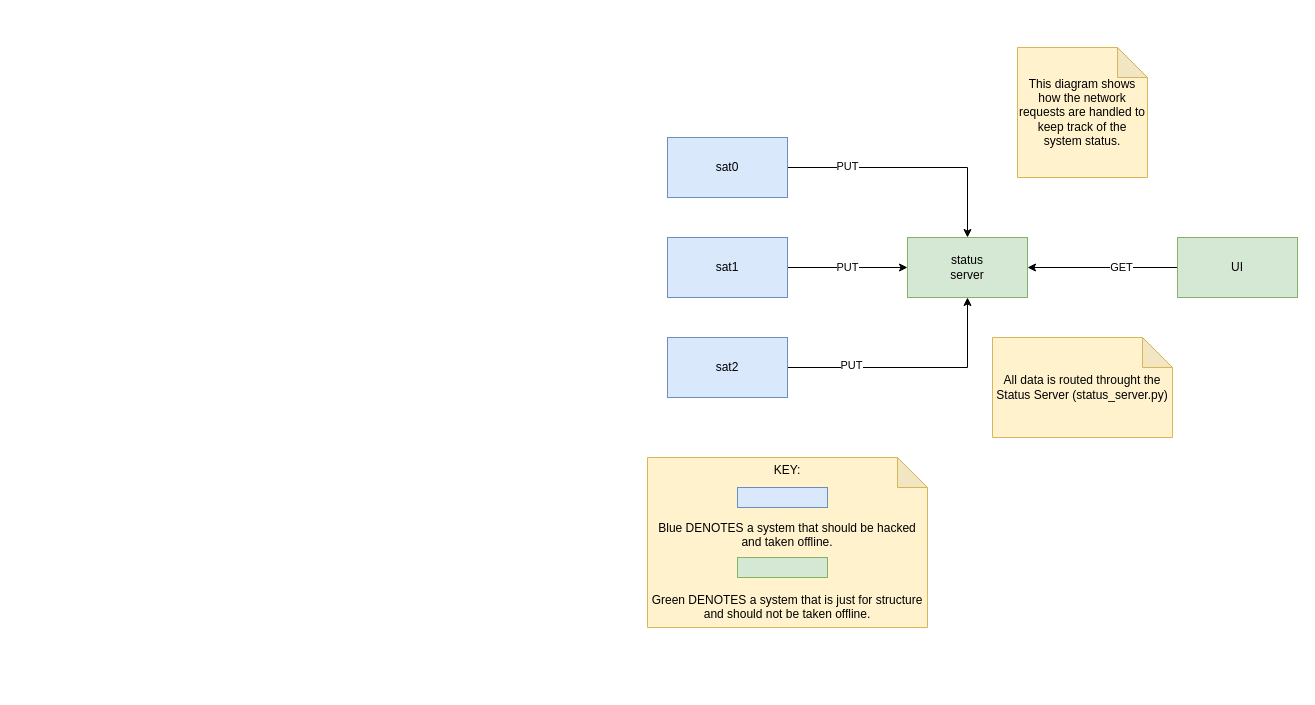
Above: system_diagram.drawio in CyberTrainingExercise/Starcom (draw.io), before the change. Source tidied: cells renumbered, new cells numbered last; positions are measured from the earlier drawing's top-left corner, leaving out a move shared by most shapes. Both pictures are drawn from the tidied source at 100%, with x=0, y=0 at pixel (647, 47).
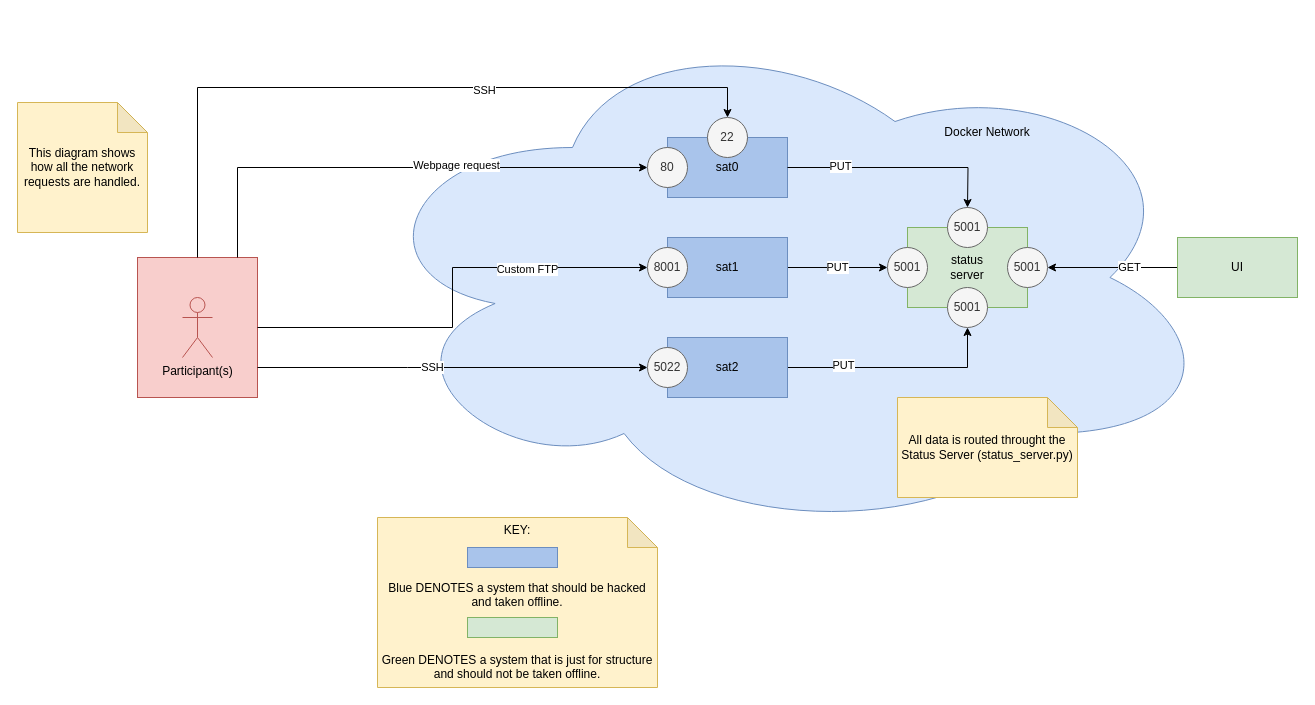
The same diagram, later.

Commit message (it also covers changes not shown here):
Improved system diagram

The change refers to these unchanged cells:
```xml
<mxCell id="13" value="UI" style="rounded=0;whiteSpace=wrap;html=1;fillColor=#d5e8d4;strokeColor=#82b366;" parent="1" vertex="1">
  <mxGeometry x="530" y="190" width="120" height="60" as="geometry" />
</mxCell>
```

What changed in the source:
```diff
@@
+    <mxCell id="19" style="rounded=0;whiteSpace=wrap;html=1;fillColor=#f8cecc;strokeColor=#b85450;" parent="1" vertex="1">
+      <mxGeometry x="-510" y="210" width="120" height="140" as="geometry" />
+    </mxCell>
+    <mxCell id="20" style="ellipse;shape=cloud;whiteSpace=wrap;html=1;fillColor=#dae8fc;strokeColor=#6c8ebf;" parent="1" vertex="1">
+      <mxGeometry x="-290" y="-30" width="860" height="520" as="geometry" />
+    </mxCell>
-    <mxCell id="2" style="edgeStyle=orthogonalEdgeStyle;rounded=0;jettySize=auto;html=1;entryX=0.5;entryY=0;entryDx=0;entryDy=0;" parent="1" edge="1" source="4" target="12">
+    <mxCell id="2" style="edgeStyle=orthogonalEdgeStyle;rounded=0;jettySize=auto;html=1;entryX=0.5;entryY=0;entryDx=0;entryDy=0;startArrow=none;" parent="1" edge="1" source="23" target="12">
       <mxGeometry relative="1" as="geometry" />
     </mxCell>
-    <mxCell id="3" value="PUT" style="edgeLabel;html=1;align=center;verticalAlign=middle;" parent="2" vertex="1">
-      <mxGeometry x="-0.53" y="2" relative="1" as="geometry" />
-    </mxCell>
-    <mxCell id="4" value="sat0" style="rounded=0;whiteSpace=wrap;html=1;fillColor=#dae8fc;strokeColor=#6c8ebf;" parent="1" vertex="1">
+    <mxCell id="4" value="sat0" style="rounded=0;whiteSpace=wrap;html=1;fillColor=#A9C4EB;strokeColor=#6c8ebf;" parent="1" vertex="1">
       <mxGeometry x="20" y="90" width="120" height="60" as="geometry" />
     </mxCell>
-    <mxCell id="5" value="PUT" style="edgeStyle=orthogonalEdgeStyle;rounded=0;jettySize=auto;html=1;entryX=0;entryY=0.5;entryDx=0;entryDy=0;" parent="1" edge="1" source="6" target="12">
+    <mxCell id="5" value="PUT" style="edgeStyle=orthogonalEdgeStyle;rounded=0;jettySize=auto;html=1;entryX=0;entryY=0.5;entryDx=0;entryDy=0;" parent="1" edge="1" source="6" target="27">
       <mxGeometry relative="1" as="geometry" />
     </mxCell>
-    <mxCell id="6" value="sat1" style="rounded=0;whiteSpace=wrap;html=1;fillColor=#dae8fc;strokeColor=#6c8ebf;" parent="1" vertex="1">
+    <mxCell id="6" value="sat1" style="rounded=0;whiteSpace=wrap;html=1;fillColor=#A9C4EB;strokeColor=#6c8ebf;" parent="1" vertex="1">
       <mxGeometry x="20" y="190" width="120" height="60" as="geometry" />
     </mxCell>
-    <mxCell id="7" style="edgeStyle=orthogonalEdgeStyle;rounded=0;jettySize=auto;html=1;entryX=0.5;entryY=1;entryDx=0;entryDy=0;" parent="1" edge="1" source="9" target="12">
+    <mxCell id="7" style="edgeStyle=orthogonalEdgeStyle;rounded=0;jettySize=auto;html=1;entryX=0.5;entryY=1;entryDx=0;entryDy=0;" parent="1" edge="1" source="9" target="26">
       <mxGeometry relative="1" as="geometry" />
     </mxCell>
@@
-    <mxCell id="9" value="sat2" style="rounded=0;whiteSpace=wrap;html=1;fillColor=#dae8fc;strokeColor=#6c8ebf;" parent="1" vertex="1">
+    <mxCell id="9" value="sat2" style="rounded=0;whiteSpace=wrap;html=1;fillColor=#A9C4EB;strokeColor=#6c8ebf;" parent="1" vertex="1">
       <mxGeometry x="20" y="290" width="120" height="60" as="geometry" />
     </mxCell>
-    <mxCell id="10" style="edgeStyle=orthogonalEdgeStyle;rounded=0;jettySize=auto;html=1;endArrow=none;endFill=0;startArrow=classic;startFill=1;" parent="1" edge="1" source="12" target="13">
+    <mxCell id="10" style="edgeStyle=orthogonalEdgeStyle;rounded=0;jettySize=auto;html=1;endArrow=none;endFill=0;startArrow=classic;startFill=1;exitX=1;exitY=0.5;exitDx=0;exitDy=0;" parent="1" edge="1" source="25" target="13">
       <mxGeometry relative="1" as="geometry" />
     </mxCell>
@@
     <mxCell id="12" value="status&lt;br&gt;server" style="rounded=0;whiteSpace=wrap;html=1;fillColor=#d5e8d4;strokeColor=#82b366;" parent="1" vertex="1">
-      <mxGeometry x="260" y="190" width="120" height="60" as="geometry" />
+      <mxGeometry x="260" y="180" width="120" height="80" as="geometry" />
     </mxCell>
@@
-    <mxCell id="14" value="This diagram shows how the network requests are handled to keep track of the system status." style="shape=note;whiteSpace=wrap;html=1;backgroundOutline=1;darkOpacity=0.05;fillColor=#fff2cc;strokeColor=#d6b656;" parent="1" vertex="1">
-      <mxGeometry x="370" width="130" height="130" as="geometry" />
+    <mxCell id="14" value="This diagram shows how all the network requests are handled." style="shape=note;whiteSpace=wrap;html=1;backgroundOutline=1;darkOpacity=0.05;fillColor=#fff2cc;strokeColor=#d6b656;" parent="1" vertex="1">
+      <mxGeometry x="-630" y="55" width="130" height="130" as="geometry" />
     </mxCell>
     <mxCell id="15" value="All data is routed throught the Status Server (status_server.py)" style="shape=note;whiteSpace=wrap;html=1;backgroundOutline=1;darkOpacity=0.05;fillColor=#fff2cc;strokeColor=#d6b656;" parent="1" vertex="1">
-      <mxGeometry x="345" y="290" width="180" height="100" as="geometry" />
+      <mxGeometry x="250" y="350" width="180" height="100" as="geometry" />
     </mxCell>
     <mxCell id="16" value="KEY:&lt;br&gt;&lt;br&gt;&lt;br&gt;&lt;br&gt;Blue DENOTES a system that should be hacked and taken offline.&lt;br&gt;&lt;br&gt;&lt;br&gt;&lt;br&gt;Green DENOTES a system that is just for structure and should not be taken offline." style="shape=note;whiteSpace=wrap;html=1;backgroundOutline=1;darkOpacity=0.05;fillColor=#fff2cc;strokeColor=#d6b656;" parent="1" vertex="1">
-      <mxGeometry y="410" width="280" height="170" as="geometry" />
+      <mxGeometry x="-270" y="470" width="280" height="170" as="geometry" />
     </mxCell>
-    <mxCell id="17" style="rounded=0;whiteSpace=wrap;html=1;fillColor=#dae8fc;strokeColor=#6c8ebf;" parent="1" vertex="1">
-      <mxGeometry x="90" y="440" width="90" height="20" as="geometry" />
+    <mxCell id="17" style="rounded=0;whiteSpace=wrap;html=1;fillColor=#A9C4EB;strokeColor=#6c8ebf;" parent="1" vertex="1">
+      <mxGeometry x="-180" y="500" width="90" height="20" as="geometry" />
     </mxCell>
     <mxCell id="18" style="rounded=0;whiteSpace=wrap;html=1;fillColor=#d5e8d4;strokeColor=#82b366;" parent="1" vertex="1">
-      <mxGeometry x="90" y="510" width="90" height="20" as="geometry" />
+      <mxGeometry x="-180" y="570" width="90" height="20" as="geometry" />
     </mxCell>
+    <mxCell id="21" value="Docker Network" style="text;html=1;strokeColor=none;fillColor=none;align=center;verticalAlign=middle;whiteSpace=wrap;rounded=0;" parent="1" vertex="1">
+      <mxGeometry x="280" y="70" width="120" height="30" as="geometry" />
+    </mxCell>
+    <mxCell id="22" value="80" style="ellipse;whiteSpace=wrap;html=1;fillColor=#f5f5f5;fontColor=#333333;strokeColor=#666666;" parent="1" vertex="1">
+      <mxGeometry y="100" width="40" height="40" as="geometry" />
+    </mxCell>
+    <mxCell id="23" value="5001" style="ellipse;whiteSpace=wrap;html=1;fillColor=#f5f5f5;fontColor=#333333;strokeColor=#666666;" parent="1" vertex="1">
+      <mxGeometry x="300" y="160" width="40" height="40" as="geometry" />
+    </mxCell>
+    <mxCell id="24" style="edgeStyle=orthogonalEdgeStyle;rounded=0;jettySize=auto;html=1;endArrow=classic;endFill=1;exitX=1;exitY=0.5;exitDx=0;exitDy=0;" parent="1" edge="1" source="4">
+      <mxGeometry relative="1" as="geometry">
+        <mxPoint x="320" y="160" as="targetPoint" />
+      </mxGeometry>
+    </mxCell>
+    <mxCell id="3" value="PUT" style="edgeLabel;html=1;align=center;verticalAlign=middle;" parent="24" vertex="1">
+      <mxGeometry x="-0.53" y="2" relative="1" as="geometry" />
+    </mxCell>
+    <mxCell id="25" value="5001" style="ellipse;whiteSpace=wrap;html=1;fillColor=#f5f5f5;fontColor=#333333;strokeColor=#666666;" parent="1" vertex="1">
+      <mxGeometry x="360" y="200" width="40" height="40" as="geometry" />
+    </mxCell>
+    <mxCell id="26" value="5001" style="ellipse;whiteSpace=wrap;html=1;fillColor=#f5f5f5;fontColor=#333333;strokeColor=#666666;" parent="1" vertex="1">
+      <mxGeometry x="300" y="240" width="40" height="40" as="geometry" />
+    </mxCell>
+    <mxCell id="27" value="5001" style="ellipse;whiteSpace=wrap;html=1;fillColor=#f5f5f5;fontColor=#333333;strokeColor=#666666;" parent="1" vertex="1">
+      <mxGeometry x="240" y="200" width="40" height="40" as="geometry" />
+    </mxCell>
+    <mxCell id="28" value="Participant(s)" style="shape=umlActor;verticalLabelPosition=bottom;verticalAlign=top;html=1;fillColor=#f8cecc;strokeColor=#b85450;" parent="1" vertex="1">
+      <mxGeometry x="-465" y="250" width="30" height="60" as="geometry" />
+    </mxCell>
+    <mxCell id="29" style="edgeStyle=orthogonalEdgeStyle;rounded=0;jettySize=auto;html=1;entryX=0;entryY=0.5;entryDx=0;entryDy=0;endArrow=classic;endFill=1;" parent="1" edge="1" source="19" target="22">
+      <mxGeometry relative="1" as="geometry">
+        <Array as="points">
+          <mxPoint x="-410" y="120" />
+        </Array>
+      </mxGeometry>
+    </mxCell>
+    <mxCell id="30" value="Webpage request" style="edgeLabel;html=1;align=center;verticalAlign=middle;" parent="29" vertex="1">
+      <mxGeometry x="0.23" y="3" relative="1" as="geometry" />
+    </mxCell>
+    <mxCell id="31" style="edgeStyle=orthogonalEdgeStyle;rounded=0;jettySize=auto;html=1;endArrow=classic;endFill=1;entryX=0;entryY=0.5;entryDx=0;entryDy=0;" parent="1" edge="1" source="19" target="35">
+      <mxGeometry relative="1" as="geometry" />
+    </mxCell>
+    <mxCell id="32" value="Custom FTP" style="edgeLabel;html=1;align=center;verticalAlign=middle;" parent="31" vertex="1">
+      <mxGeometry x="0.46" y="-1" relative="1" as="geometry" />
+    </mxCell>
+    <mxCell id="33" style="edgeStyle=orthogonalEdgeStyle;rounded=0;jettySize=auto;html=1;endArrow=classic;endFill=1;entryX=0.5;entryY=0;entryDx=0;entryDy=0;" parent="1" edge="1" source="19" target="39">
+      <mxGeometry relative="1" as="geometry">
+        <Array as="points">
+          <mxPoint x="-450" y="40" />
+          <mxPoint x="80" y="40" />
+        </Array>
+      </mxGeometry>
+    </mxCell>
+    <mxCell id="34" value="SSH" style="edgeLabel;html=1;align=center;verticalAlign=middle;" parent="33" vertex="1">
+      <mxGeometry x="0.25" y="-2" relative="1" as="geometry" />
+    </mxCell>
+    <mxCell id="35" value="8001" style="ellipse;whiteSpace=wrap;html=1;fillColor=#f5f5f5;fontColor=#333333;strokeColor=#666666;" parent="1" vertex="1">
+      <mxGeometry y="200" width="40" height="40" as="geometry" />
+    </mxCell>
+    <mxCell id="36" value="5022" style="ellipse;whiteSpace=wrap;html=1;fillColor=#f5f5f5;fontColor=#333333;strokeColor=#666666;" parent="1" vertex="1">
+      <mxGeometry y="300" width="40" height="40" as="geometry" />
+    </mxCell>
+    <mxCell id="37" style="edgeStyle=orthogonalEdgeStyle;rounded=0;jettySize=auto;html=1;entryX=0;entryY=0.5;entryDx=0;entryDy=0;endArrow=classic;endFill=1;" parent="1" edge="1" source="19" target="36">
+      <mxGeometry relative="1" as="geometry">
+        <Array as="points">
+          <mxPoint x="-240" y="320" />
+          <mxPoint x="-240" y="320" />
+        </Array>
+      </mxGeometry>
+    </mxCell>
+    <mxCell id="38" value="SSH" style="edgeLabel;html=1;align=center;verticalAlign=middle;" parent="37" vertex="1">
+      <mxGeometry x="-0.11" y="1" relative="1" as="geometry" />
+    </mxCell>
+    <mxCell id="39" value="22" style="ellipse;whiteSpace=wrap;html=1;fillColor=#f5f5f5;fontColor=#333333;strokeColor=#666666;" parent="1" vertex="1">
+      <mxGeometry x="60" y="70" width="40" height="40" as="geometry" />
+    </mxCell>
```
